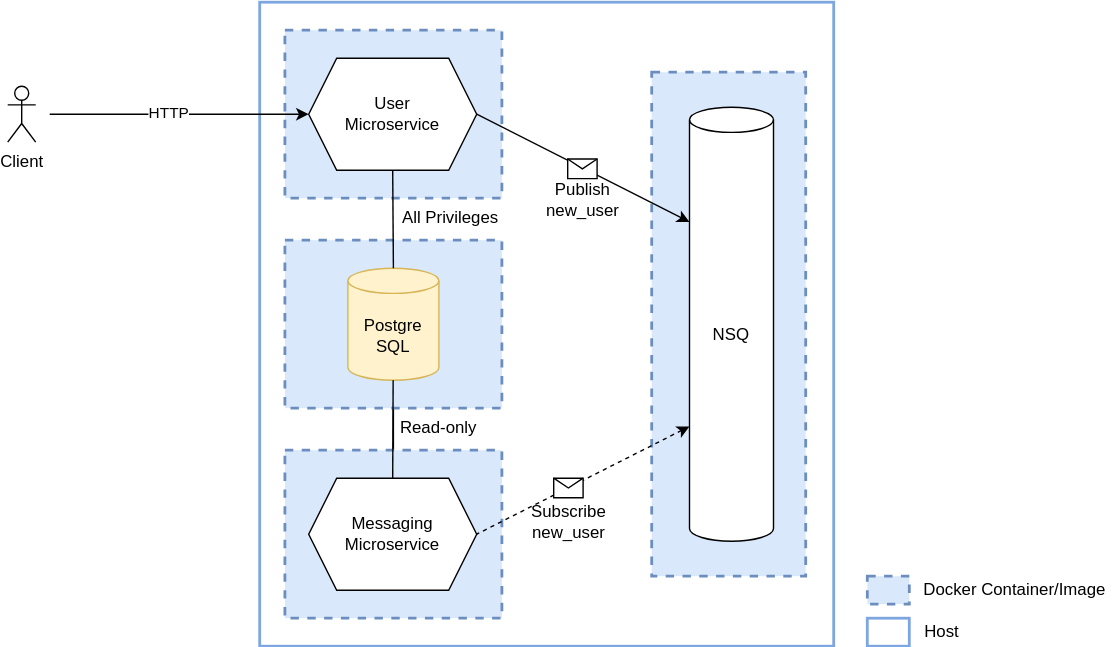
Above: microservices.svg in dindasigma/go-microservices (draw.io), before the change. Source tidied: cells renumbered, new cells last; positions are measured from the earlier drawing's top-left corner, leaving out a move shared by most shapes. Source of this version:
```xml
<mxGraphModel>
  <root>
    <mxCell id="0" />
    <mxCell id="1" parent="0" />
    <mxCell id="2" style="rounded=0;whiteSpace=wrap;html=1;strokeColor=#7EA6E0;strokeWidth=2;" parent="1" vertex="1">
      <mxGeometry x="180" width="410" height="460" as="geometry" />
    </mxCell>
    <mxCell id="3" style="edgeStyle=orthogonalEdgeStyle;rounded=0;jettySize=auto;html=1;" parent="1" edge="1" source="4" target="11">
      <mxGeometry relative="1" as="geometry" />
    </mxCell>
    <mxCell id="4" style="rounded=0;whiteSpace=wrap;html=1;dashed=1;fillColor=#dae8fc;strokeColor=#6c8ebf;strokeWidth=2;" parent="1" vertex="1">
      <mxGeometry x="198" y="320" width="155" height="120" as="geometry" />
    </mxCell>
    <mxCell id="5" style="rounded=0;whiteSpace=wrap;html=1;dashed=1;fillColor=#dae8fc;strokeColor=#6c8ebf;strokeWidth=2;" parent="1" vertex="1">
      <mxGeometry x="198" y="170" width="155" height="120" as="geometry" />
    </mxCell>
    <mxCell id="6" style="rounded=0;whiteSpace=wrap;html=1;dashed=1;fillColor=#dae8fc;strokeColor=#6c8ebf;strokeWidth=2;" parent="1" vertex="1">
      <mxGeometry x="198" y="20" width="155" height="120" as="geometry" />
    </mxCell>
    <mxCell id="7" style="rounded=0;whiteSpace=wrap;html=1;dashed=1;fillColor=#dae8fc;strokeColor=#6c8ebf;strokeWidth=2;" parent="1" vertex="1">
      <mxGeometry x="460" y="50" width="110" height="360" as="geometry" />
    </mxCell>
    <mxCell id="8" value="NSQ" style="shape=cylinder3;whiteSpace=wrap;html=1;boundedLbl=1;backgroundOutline=1;size=9;" parent="1" vertex="1">
      <mxGeometry x="487" y="75" width="60" height="310" as="geometry" />
    </mxCell>
    <mxCell id="9" value="User&lt;br&gt;Microservice" style="shape=hexagon;perimeter=hexagonPerimeter2;whiteSpace=wrap;html=1;fixedSize=1;" parent="1" vertex="1">
      <mxGeometry x="215" y="40" width="120" height="80" as="geometry" />
    </mxCell>
    <mxCell id="10" value="Messaging&lt;br&gt;Microservice" style="shape=hexagon;perimeter=hexagonPerimeter2;whiteSpace=wrap;html=1;fixedSize=1;" parent="1" vertex="1">
      <mxGeometry x="215" y="340" width="120" height="80" as="geometry" />
    </mxCell>
    <mxCell id="11" value="Postgre&lt;br&gt;SQL" style="shape=cylinder3;whiteSpace=wrap;html=1;boundedLbl=1;backgroundOutline=1;size=9;fillColor=#fff2cc;strokeColor=#d6b656;" parent="1" vertex="1">
      <mxGeometry x="243" y="190" width="65" height="80" as="geometry" />
    </mxCell>
    <mxCell id="12" value="Client" style="shape=umlActor;verticalLabelPosition=bottom;verticalAlign=top;html=1;" parent="1" vertex="1">
      <mxGeometry y="60" width="20" height="40" as="geometry" />
    </mxCell>
    <mxCell id="13" style="endArrow=classic;html=1;entryX=0;entryY=0.5;entryDx=0;entryDy=0;" parent="1" edge="1" target="9">
      <mxGeometry relative="1" as="geometry">
        <mxPoint x="30" y="80" as="sourcePoint" />
      </mxGeometry>
    </mxCell>
    <mxCell id="14" value="HTTP" style="edgeLabel;html=1;align=center;verticalAlign=middle;" parent="13" vertex="1">
      <mxGeometry x="-0.09" y="2" relative="1" as="geometry" />
    </mxCell>
    <mxCell id="15" style="endArrow=none;html=1;exitX=0.5;exitY=0;exitDx=0;exitDy=0;startArrow=none;startFill=0;endFill=0;" parent="1" edge="1" source="10" target="11">
      <mxGeometry relative="1" as="geometry" />
    </mxCell>
    <mxCell id="16" style="endArrow=none;startArrow=none;html=1;entryX=0.5;entryY=1;entryDx=0;entryDy=0;exitX=0.5;exitY=0;exitDx=0;exitDy=0;exitPerimeter=0;startFill=0;endFill=0;" parent="1" edge="1" source="11" target="9">
      <mxGeometry relative="1" as="geometry" />
    </mxCell>
    <mxCell id="17" style="endArrow=classic;html=1;exitX=1;exitY=0.5;exitDx=0;exitDy=0;entryX=0;entryY=0;entryDx=0;entryDy=82;entryPerimeter=0;" parent="1" edge="1" source="9" target="8">
      <mxGeometry relative="1" as="geometry" />
    </mxCell>
    <mxCell id="18" style="shape=message;html=1;whiteSpace=wrap;html=1;fillColor=#ffffff;rotation=0;" parent="1" vertex="1">
      <mxGeometry x="400" y="112" width="21" height="14" as="geometry" />
    </mxCell>
    <mxCell id="19" value="Publish new_user" style="text;html=1;strokeColor=none;fillColor=none;align=center;verticalAlign=middle;whiteSpace=wrap;rounded=0;rotation=0;" parent="1" vertex="1">
      <mxGeometry x="384" y="131" width="54" height="20" as="geometry" />
    </mxCell>
    <mxCell id="20" style="endArrow=none;html=1;exitX=0;exitY=0;exitDx=0;exitDy=228;exitPerimeter=0;entryX=1;entryY=0.5;entryDx=0;entryDy=0;startArrow=classic;startFill=1;endFill=0;dashed=1;" parent="1" edge="1" source="8" target="10">
      <mxGeometry relative="1" as="geometry" />
    </mxCell>
    <mxCell id="21" style="shape=message;html=1;whiteSpace=wrap;html=1;fillColor=#ffffff;rotation=0;" parent="1" vertex="1">
      <mxGeometry x="390" y="340" width="21" height="14" as="geometry" />
    </mxCell>
    <mxCell id="22" value="Subscribe new_user" style="text;html=1;strokeColor=none;fillColor=none;align=center;verticalAlign=middle;whiteSpace=wrap;rounded=0;rotation=0;" parent="1" vertex="1">
      <mxGeometry x="373.5" y="361" width="54" height="20" as="geometry" />
    </mxCell>
    <mxCell id="23" style="rounded=0;whiteSpace=wrap;html=1;dashed=1;fillColor=#dae8fc;strokeColor=#6c8ebf;strokeWidth=2;" parent="1" vertex="1">
      <mxGeometry x="614" y="410" width="30" height="20" as="geometry" />
    </mxCell>
    <mxCell id="24" style="rounded=0;whiteSpace=wrap;html=1;strokeColor=#7EA6E0;strokeWidth=2;" parent="1" vertex="1">
      <mxGeometry x="614" y="440" width="30" height="20" as="geometry" />
    </mxCell>
    <mxCell id="25" value="Docker Container/Image" style="text;html=1;align=center;verticalAlign=middle;" parent="1" vertex="1">
      <mxGeometry x="644" y="410" width="150" height="20" as="geometry" />
    </mxCell>
    <mxCell id="26" value="Host" style="text;html=1;align=center;verticalAlign=middle;" parent="1" vertex="1">
      <mxGeometry x="647" y="440" width="40" height="20" as="geometry" />
    </mxCell>
    <mxCell id="27" value="Read-only" style="text;html=1;strokeColor=none;fillColor=none;align=center;verticalAlign=middle;whiteSpace=wrap;rounded=0;" parent="1" vertex="1">
      <mxGeometry x="273" y="294" width="70" height="20" as="geometry" />
    </mxCell>
    <mxCell id="28" value="All Privileges" style="text;html=1;strokeColor=none;fillColor=none;align=center;verticalAlign=middle;whiteSpace=wrap;rounded=0;" parent="1" vertex="1">
      <mxGeometry x="274" y="144" width="85" height="20" as="geometry" />
    </mxCell>
  </root>
</mxGraphModel>
```
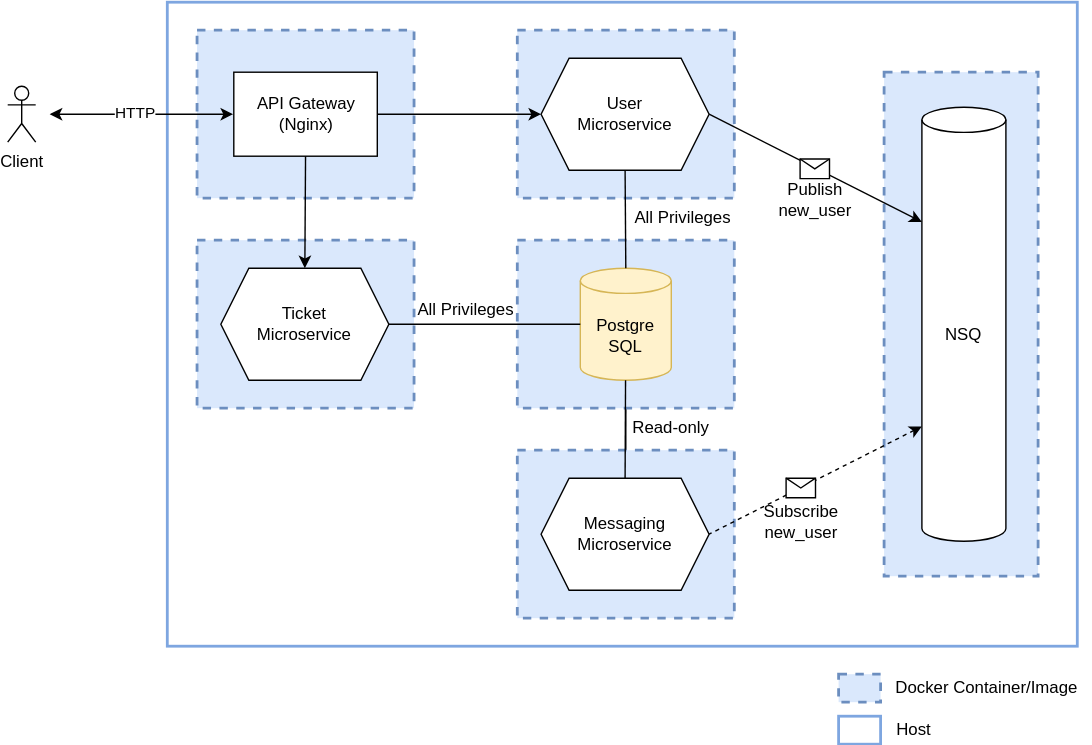
The same diagram one commit later.

Commit message:
add nginx as api gateway

Change to the diagram source:
```diff
@@ -3,7 +3,7 @@
     <mxCell id="0" />
     <mxCell id="1" parent="0" />
     <mxCell id="2" style="rounded=0;whiteSpace=wrap;html=1;strokeColor=#7EA6E0;strokeWidth=2;" parent="1" vertex="1">
-      <mxGeometry x="180" width="410" height="460" as="geometry" />
+      <mxGeometry x="-52" width="650" height="460" as="geometry" />
     </mxCell>
     <mxCell id="3" style="edgeStyle=orthogonalEdgeStyle;rounded=0;jettySize=auto;html=1;" parent="1" edge="1" source="4" target="11">
       <mxGeometry relative="1" as="geometry" />
@@ -33,16 +33,8 @@
       <mxGeometry x="243" y="190" width="65" height="80" as="geometry" />
     </mxCell>
     <mxCell id="12" value="Client" style="shape=umlActor;verticalLabelPosition=bottom;verticalAlign=top;html=1;" parent="1" vertex="1">
-      <mxGeometry y="60" width="20" height="40" as="geometry" />
+      <mxGeometry x="-166" y="60" width="20" height="40" as="geometry" />
     </mxCell>
-    <mxCell id="13" style="endArrow=classic;html=1;entryX=0;entryY=0.5;entryDx=0;entryDy=0;" parent="1" edge="1" target="9">
-      <mxGeometry relative="1" as="geometry">
-        <mxPoint x="30" y="80" as="sourcePoint" />
-      </mxGeometry>
-    </mxCell>
-    <mxCell id="14" value="HTTP" style="edgeLabel;html=1;align=center;verticalAlign=middle;" parent="13" vertex="1">
-      <mxGeometry x="-0.09" y="2" relative="1" as="geometry" />
-    </mxCell>
     <mxCell id="15" style="endArrow=none;html=1;exitX=0.5;exitY=0;exitDx=0;exitDy=0;startArrow=none;startFill=0;endFill=0;" parent="1" edge="1" source="10" target="11">
       <mxGeometry relative="1" as="geometry" />
     </mxCell>
@@ -68,16 +60,16 @@
       <mxGeometry x="373.5" y="361" width="54" height="20" as="geometry" />
     </mxCell>
     <mxCell id="23" style="rounded=0;whiteSpace=wrap;html=1;dashed=1;fillColor=#dae8fc;strokeColor=#6c8ebf;strokeWidth=2;" parent="1" vertex="1">
-      <mxGeometry x="614" y="410" width="30" height="20" as="geometry" />
+      <mxGeometry x="427.5" y="480" width="30" height="20" as="geometry" />
     </mxCell>
     <mxCell id="24" style="rounded=0;whiteSpace=wrap;html=1;strokeColor=#7EA6E0;strokeWidth=2;" parent="1" vertex="1">
-      <mxGeometry x="614" y="440" width="30" height="20" as="geometry" />
+      <mxGeometry x="427.5" y="510" width="30" height="20" as="geometry" />
     </mxCell>
     <mxCell id="25" value="Docker Container/Image" style="text;html=1;align=center;verticalAlign=middle;" parent="1" vertex="1">
-      <mxGeometry x="644" y="410" width="150" height="20" as="geometry" />
+      <mxGeometry x="457.5" y="480" width="150" height="20" as="geometry" />
     </mxCell>
     <mxCell id="26" value="Host" style="text;html=1;align=center;verticalAlign=middle;" parent="1" vertex="1">
-      <mxGeometry x="647" y="440" width="40" height="20" as="geometry" />
+      <mxGeometry x="460.5" y="510" width="40" height="20" as="geometry" />
     </mxCell>
     <mxCell id="27" value="Read-only" style="text;html=1;strokeColor=none;fillColor=none;align=center;verticalAlign=middle;whiteSpace=wrap;rounded=0;" parent="1" vertex="1">
       <mxGeometry x="273" y="294" width="70" height="20" as="geometry" />
@@ -85,5 +77,38 @@
     <mxCell id="28" value="All Privileges" style="text;html=1;strokeColor=none;fillColor=none;align=center;verticalAlign=middle;whiteSpace=wrap;rounded=0;" parent="1" vertex="1">
       <mxGeometry x="274" y="144" width="85" height="20" as="geometry" />
     </mxCell>
+    <mxCell id="29" style="rounded=0;whiteSpace=wrap;html=1;dashed=1;fillColor=#dae8fc;strokeColor=#6c8ebf;strokeWidth=2;" parent="1" vertex="1">
+      <mxGeometry x="-30.8" y="20" width="155" height="120" as="geometry" />
+    </mxCell>
+    <mxCell id="30" value="API Gateway&lt;br&gt;(Nginx)" style="rounded=0;whiteSpace=wrap;html=1;" parent="1" vertex="1">
+      <mxGeometry x="-4.5" y="50" width="102.5" height="60" as="geometry" />
+    </mxCell>
+    <mxCell id="31" style="endArrow=classic;html=1;exitX=1;exitY=0.5;exitDx=0;exitDy=0;" parent="1" edge="1" source="30" target="9">
+      <mxGeometry relative="1" as="geometry" />
+    </mxCell>
+    <mxCell id="32" style="rounded=0;whiteSpace=wrap;html=1;dashed=1;fillColor=#dae8fc;strokeColor=#6c8ebf;strokeWidth=2;" parent="1" vertex="1">
+      <mxGeometry x="-30.8" y="170" width="155" height="120" as="geometry" />
+    </mxCell>
+    <mxCell id="33" value="Ticket&lt;br&gt;Microservice" style="shape=hexagon;perimeter=hexagonPerimeter2;whiteSpace=wrap;html=1;fixedSize=1;" parent="1" vertex="1">
+      <mxGeometry x="-13.8" y="190" width="120" height="80" as="geometry" />
+    </mxCell>
+    <mxCell id="34" style="endArrow=classic;html=1;exitX=0.5;exitY=1;exitDx=0;exitDy=0;entryX=0.5;entryY=0;entryDx=0;entryDy=0;" parent="1" edge="1" source="30" target="33">
+      <mxGeometry relative="1" as="geometry" />
+    </mxCell>
+    <mxCell id="35" style="endArrow=none;html=1;exitX=1;exitY=0.5;exitDx=0;exitDy=0;entryX=0;entryY=0.5;entryDx=0;entryDy=0;entryPerimeter=0;" parent="1" edge="1" source="33" target="11">
+      <mxGeometry relative="1" as="geometry" />
+    </mxCell>
+    <mxCell id="36" value="All Privileges" style="text;html=1;strokeColor=none;fillColor=none;align=center;verticalAlign=middle;whiteSpace=wrap;rounded=0;" parent="1" vertex="1">
+      <mxGeometry x="119" y="210" width="85" height="20" as="geometry" />
+    </mxCell>
+    <mxCell id="13" style="endArrow=classic;html=1;entryX=0;entryY=0.5;entryDx=0;entryDy=0;startArrow=classic;startFill=1;" parent="1" edge="1">
+      <mxGeometry relative="1" as="geometry">
+        <mxPoint x="-136" y="80" as="sourcePoint" />
+        <mxPoint x="-5" y="80" as="targetPoint" />
+      </mxGeometry>
+    </mxCell>
+    <mxCell id="14" value="HTTP" style="edgeLabel;html=1;align=center;verticalAlign=middle;" parent="13" vertex="1">
+      <mxGeometry x="-0.09" y="2" relative="1" as="geometry" />
+    </mxCell>
   </root>
 </mxGraphModel>
```
